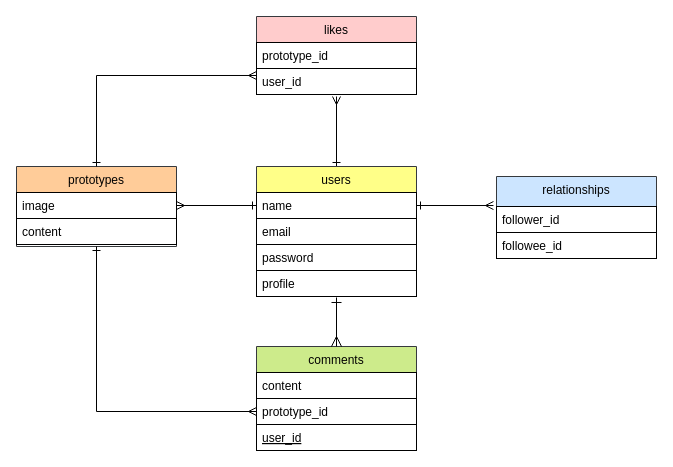
sakimomo/your_note keeps this draw.io diagram as draw.dio. Above is the earlier version. Source tidied: cells renumbered, new cells numbered last; positions are measured from the earlier drawing's top-left corner, leaving out a move shared by most shapes. Both pictures are drawn from the tidied source at 100%, with x=0, y=0 at pixel (16, 16).
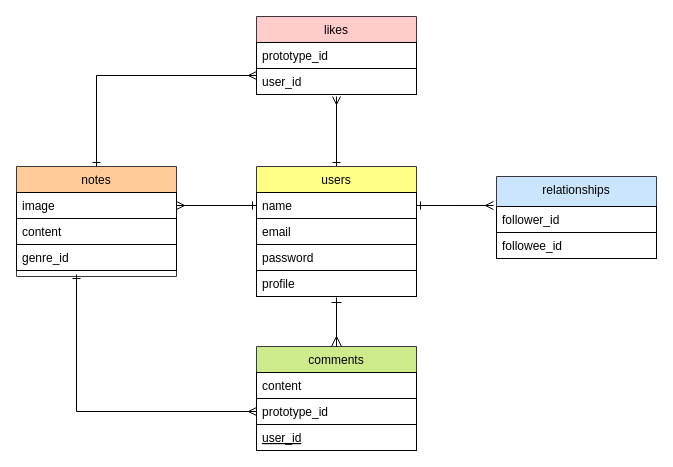
The same page after the edit.

The change refers to these unchanged cells:
```xml
<mxCell id="7" value="prototype_id" style="text;align=left;verticalAlign=top;spacingLeft=4;spacingRight=4;overflow=hidden;points=[[0,0.5],[1,0.5]];portConstraint=eastwest;rounded=0;shadow=0;html=0;strokeColor=default;" parent="5" vertex="1">
  <mxGeometry y="52" width="160" height="26" as="geometry" />
</mxCell>
```

The edit, as a diff of the source:
```diff
@@
-    <mxCell id="2" value="prototypes" style="swimlane;fontStyle=0;align=center;verticalAlign=top;horizontal=1;startSize=26;rounded=0;shadow=0;strokeWidth=1;labelBackgroundColor=none;labelBorderColor=none;swimlaneFillColor=none;fillColor=#ffcc99;strokeColor=#36393d;fontColor=#000000;" parent="1" vertex="1">
-      <mxGeometry y="150" width="160" height="80" as="geometry" />
+    <mxCell id="2" value="notes" style="swimlane;fontStyle=0;align=center;verticalAlign=top;horizontal=1;startSize=26;rounded=0;shadow=0;strokeWidth=1;labelBackgroundColor=none;labelBorderColor=none;swimlaneFillColor=none;fillColor=#ffcc99;strokeColor=#36393d;fontColor=#000000;" parent="1" vertex="1">
+      <mxGeometry y="150" width="160" height="110" as="geometry" />
     </mxCell>
@@
+    <mxCell id="26" value="genre_id" style="text;align=left;verticalAlign=top;spacingLeft=4;spacingRight=4;overflow=hidden;points=[[0,0.5],[1,0.5]];portConstraint=eastwest;rounded=0;shadow=0;html=0;strokeColor=default;" parent="2" vertex="1">
+      <mxGeometry y="78" width="160" height="26" as="geometry" />
+    </mxCell>
@@
-    <mxCell id="24" style="edgeStyle=orthogonalEdgeStyle;rounded=0;jettySize=auto;html=1;exitX=0;exitY=0.5;exitDx=0;exitDy=0;entryX=0.5;entryY=1;entryDx=0;entryDy=0;endArrow=ERone;endFill=0;startArrow=ERmany;startFill=0;" parent="1" edge="1" source="7" target="2">
-      <mxGeometry relative="1" as="geometry" />
+    <mxCell id="24" style="edgeStyle=orthogonalEdgeStyle;rounded=0;jettySize=auto;html=1;exitX=0;exitY=0.5;exitDx=0;exitDy=0;endArrow=ERone;endFill=0;startArrow=ERmany;startFill=0;entryX=0.375;entryY=1.154;entryDx=0;entryDy=0;entryPerimeter=0;" parent="1" edge="1" source="7" target="26">
+      <mxGeometry relative="1" as="geometry">
+        <Array as="points">
+          <mxPoint x="60" y="395" />
+        </Array>
+      </mxGeometry>
     </mxCell>
```
